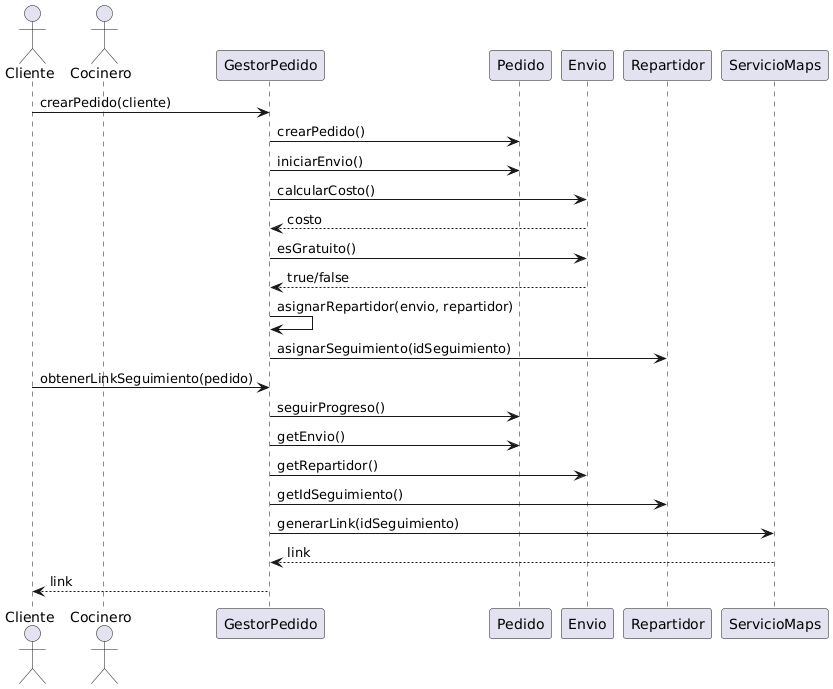
This is documents/Diagramas Secuencia/Diagramas/bloq3_diagrama_secuencia.png from dabien3/ES25UAB-511-05, a PlantUML export, as it was before one commit.
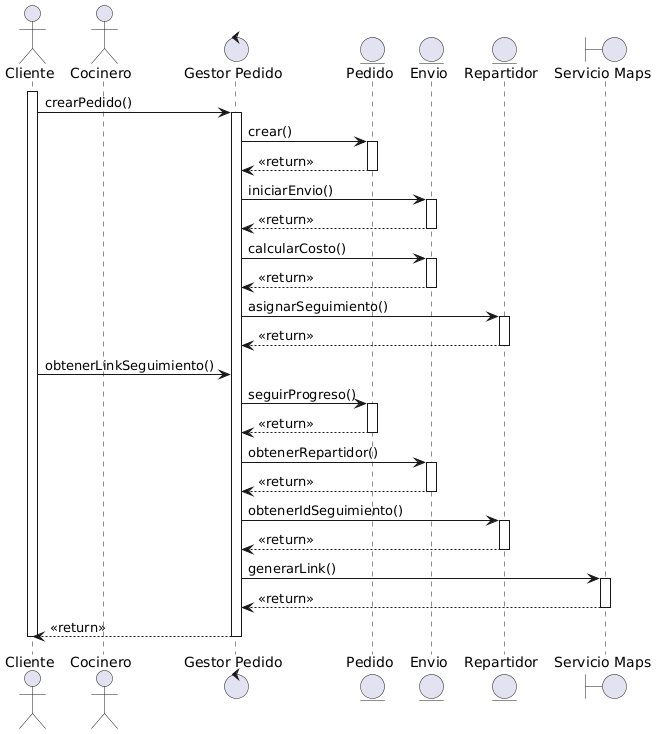
The same diagram one commit later.

Diff of the diagram source:
```diff
@@ -2,31 +2,59 @@
 actor Cliente
 actor Cocinero
 
-participant GestorPedido
-participant Pedido
-participant Envio
-participant Repartidor
-participant ServicioMaps
+control "Gestor Pedido" as GestorPedido
+entity "Pedido" as Pedido
+entity "Envio" as Envio
+entity "Repartidor" as Repartidor
+boundary "Servicio Maps" as ServicioMaps
 
-Cliente -> GestorPedido : crearPedido(cliente)
-GestorPedido -> Pedido : crearPedido()
-GestorPedido -> Pedido : iniciarEnvio()
+activate Cliente
+Cliente -> GestorPedido : crearPedido()
+activate GestorPedido
+
+GestorPedido -> Pedido : crear()
+activate Pedido
+Pedido --> GestorPedido : <<return>>
+deactivate Pedido
+
+GestorPedido -> Envio : iniciarEnvio()
+activate Envio
+Envio --> GestorPedido : <<return>>
+deactivate Envio
 
 GestorPedido -> Envio : calcularCosto()
-Envio --> GestorPedido : costo
+activate Envio
+Envio --> GestorPedido : <<return>>
+deactivate Envio
 
-GestorPedido -> Envio : esGratuito()
-Envio --> GestorPedido : true/false
+GestorPedido -> Repartidor : asignarSeguimiento()
+activate Repartidor
+Repartidor --> GestorPedido : <<return>>
+deactivate Repartidor
 
-GestorPedido -> GestorPedido : asignarRepartidor(envio, repartidor)
-GestorPedido -> Repartidor : asignarSeguimiento(idSeguimiento)
+Cliente -> GestorPedido : obtenerLinkSeguimiento()
 
-Cliente -> GestorPedido : obtenerLinkSeguimiento(pedido)
 GestorPedido -> Pedido : seguirProgreso()
-GestorPedido -> Pedido : getEnvio()
-GestorPedido -> Envio : getRepartidor()
-GestorPedido -> Repartidor : getIdSeguimiento()
-GestorPedido -> ServicioMaps : generarLink(idSeguimiento)
-ServicioMaps --> GestorPedido : link
-GestorPedido --> Cliente : link
+activate Pedido
+Pedido --> GestorPedido : <<return>>
+deactivate Pedido
+
+GestorPedido -> Envio : obtenerRepartidor()
+activate Envio
+Envio --> GestorPedido : <<return>>
+deactivate Envio
+
+GestorPedido -> Repartidor : obtenerIdSeguimiento()
+activate Repartidor
+Repartidor --> GestorPedido : <<return>>
+deactivate Repartidor
+
+GestorPedido -> ServicioMaps : generarLink()
+activate ServicioMaps
+ServicioMaps --> GestorPedido : <<return>>
+deactivate ServicioMaps
+
+GestorPedido --> Cliente : <<return>>
+deactivate GestorPedido
+deactivate Cliente
 @enduml
```
